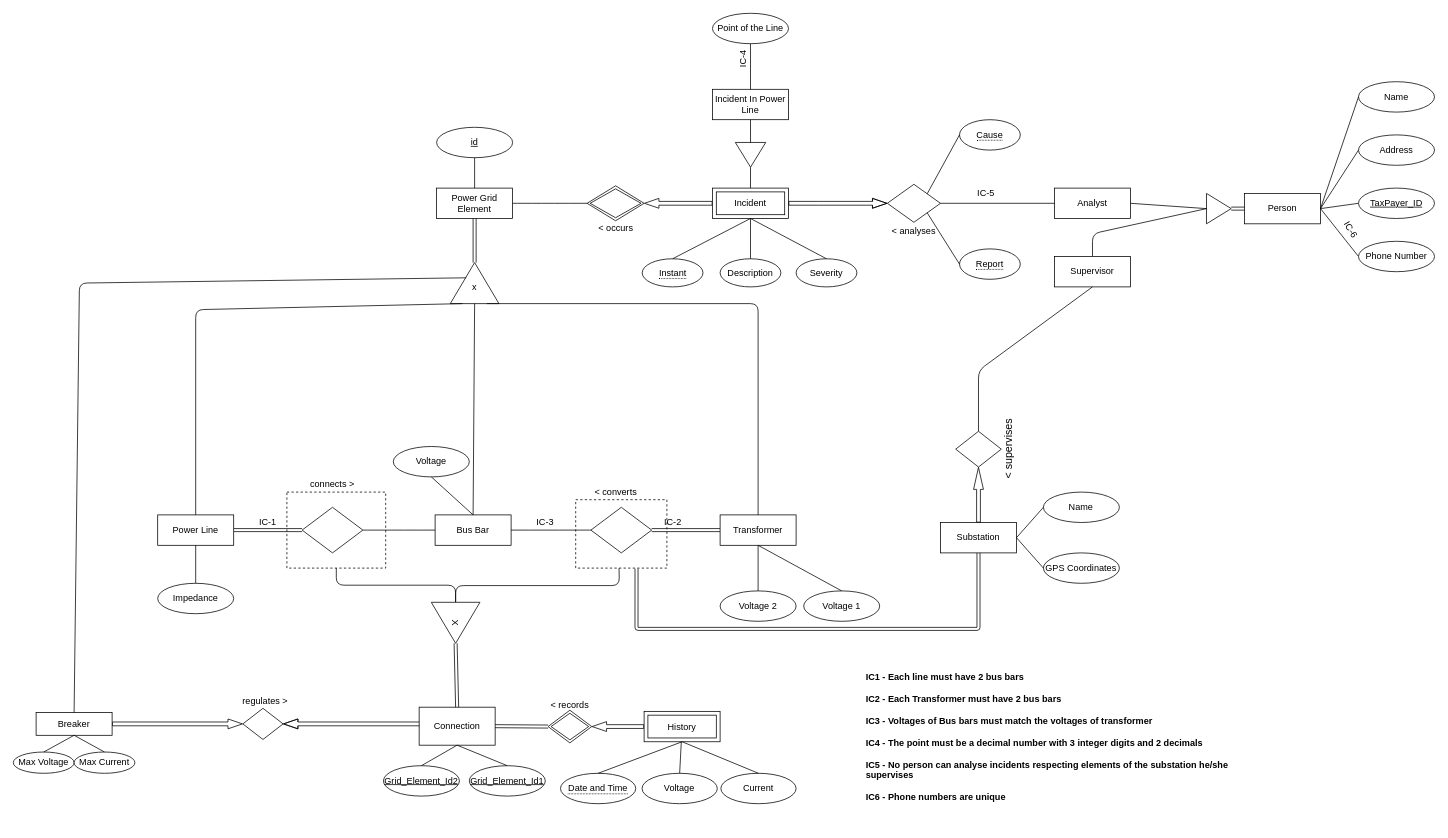
Above: page "Page-2" (2 of 2) of New_Version.drawio in dgd-rosa/SIBD (draw.io), before the change. Source tidied: cells renumbered, new cells numbered last; positions are measured from the earlier drawing's top-left corner, leaving out a move shared by most shapes. Both pictures are drawn from the tidied source at 76%, with x=0, y=0 at pixel (13, 13).
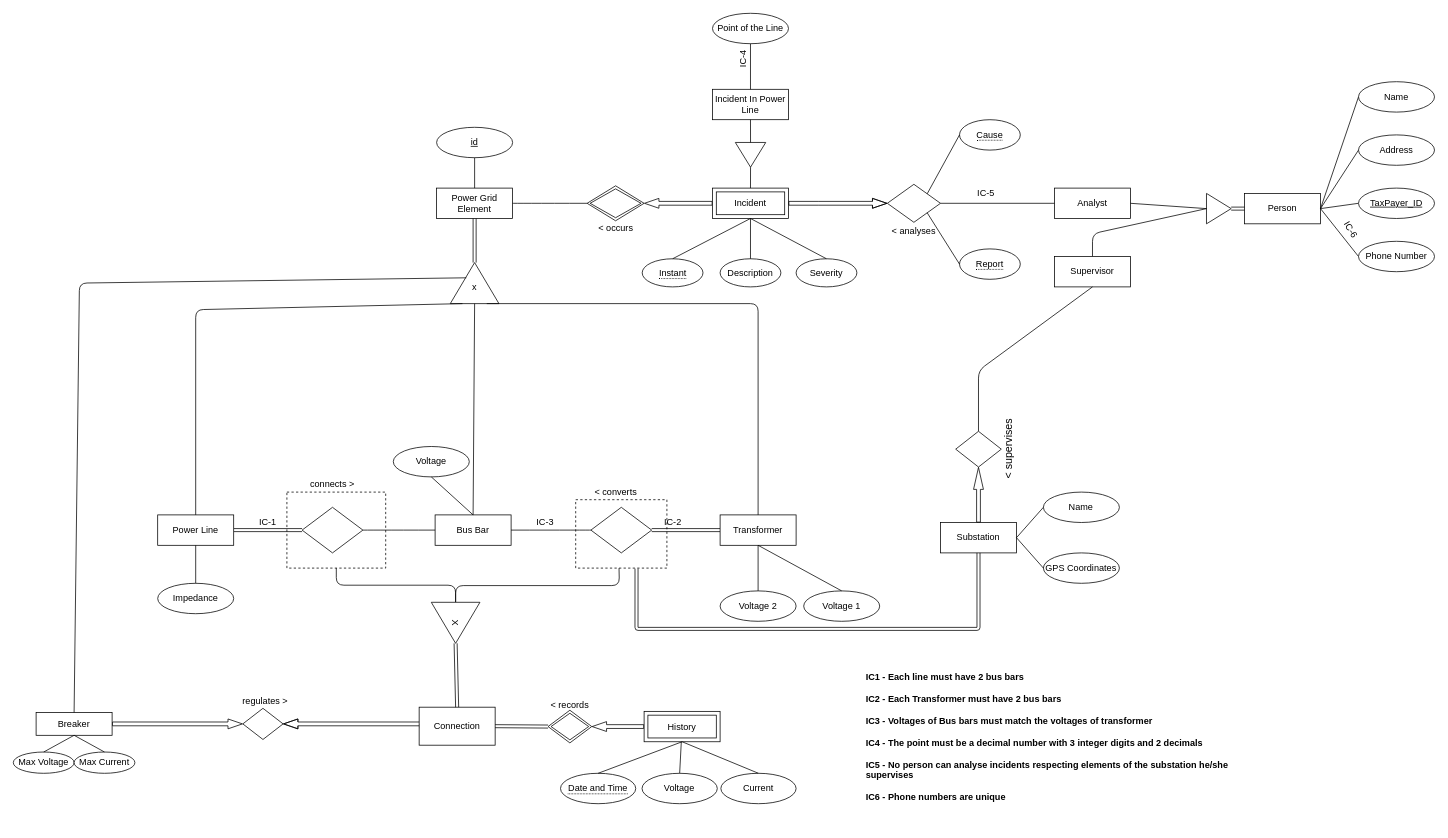
After the change.

Unchanged cells that the change refers to:
```xml
<mxCell id="43" value="Connection" style="whiteSpace=wrap;html=1;align=center;" parent="1" vertex="1">
  <mxGeometry x="534" y="913" width="100" height="50" as="geometry" />
</mxCell>
```

Diff of the diagram source:
```diff
@@
-    <mxCell id="110" value="Grid_Element_Id2" style="ellipse;whiteSpace=wrap;html=1;align=center;fontStyle=4;" parent="1" vertex="1">
-      <mxGeometry x="487" y="990" width="100" height="40" as="geometry" />
-    </mxCell>
-    <mxCell id="111" value="Grid_Element_Id1" style="ellipse;whiteSpace=wrap;html=1;align=center;fontStyle=4;" parent="1" vertex="1">
-      <mxGeometry x="600" y="990" width="100" height="40" as="geometry" />
-    </mxCell>
-    <mxCell id="112" style="endArrow=none;html=1;rounded=0;entryX=0.5;entryY=1;entryDx=0;entryDy=0;exitX=0.5;exitY=0;exitDx=0;exitDy=0;" parent="1" edge="1" source="110" target="43">
-      <mxGeometry relative="1" as="geometry" />
-    </mxCell>
-    <mxCell id="113" style="endArrow=none;html=1;rounded=0;entryX=0.5;entryY=0;entryDx=0;entryDy=0;exitX=0.5;exitY=1;exitDx=0;exitDy=0;" parent="1" edge="1" source="43" target="111">
-      <mxGeometry relative="1" as="geometry" />
-    </mxCell>
```
